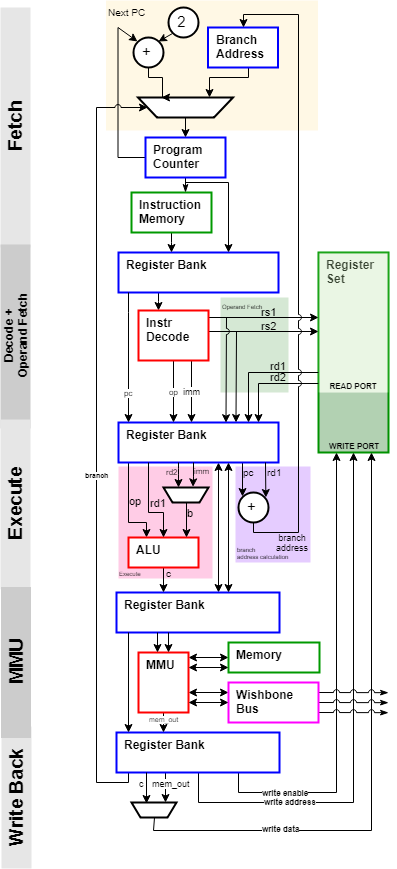
The draw.io diagram docs/img/risc.png in bendl/vmicro16, before a commit. Source tidied: cells renumbered, new cells last; positions are measured from the earlier drawing's top-left corner, leaving out a move shared by most shapes.
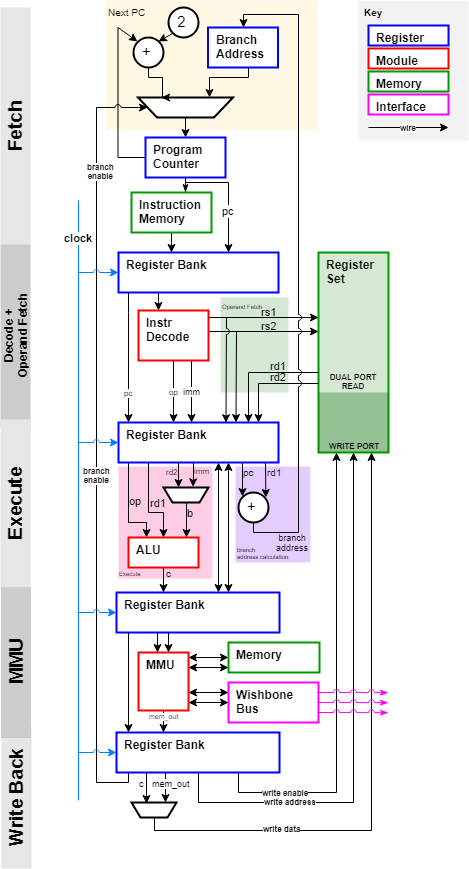
After the commit.

Commit message:
interim: stall detection schematic

Diff of the diagram source:
```diff
@@ -2,6 +2,9 @@
   <root>
     <mxCell id="0" />
     <mxCell id="1" parent="0" />
+    <mxCell id="80" value="&lt;span&gt;Key&lt;/span&gt;" style="rounded=0;whiteSpace=wrap;html=1;strokeColor=none;fillColor=#E6E6E6;fontSize=10;align=left;opacity=50;verticalAlign=top;fontStyle=1;spacing=6;spacingBottom=0;spacingTop=-4;" parent="1" vertex="1">
+      <mxGeometry x="463" width="110" height="140" as="geometry" />
+    </mxCell>
     <mxCell id="2" value="&lt;span style=&quot;font-size: 6px&quot;&gt;Execute&lt;/span&gt;&lt;br style=&quot;font-size: 6px&quot;&gt;" style="rounded=0;whiteSpace=wrap;html=1;fontSize=6;align=left;strokeColor=none;fillColor=#FFCCE6;verticalAlign=bottom;spacing=1;spacingBottom=0;spacingTop=-4;" parent="1" vertex="1">
       <mxGeometry x="223" y="466" width="94" height="112" as="geometry" />
     </mxCell>
@@ -64,7 +67,7 @@
     <mxCell id="17" value="Branch&lt;br&gt;Address&lt;br&gt;" style="rounded=0;whiteSpace=wrap;html=1;align=left;verticalAlign=top;horizontal=1;spacingLeft=0;spacing=7;spacingBottom=0;spacingTop=-7;fontStyle=1;labelBackgroundColor=none;strokeColor=#0000FF;strokeWidth=2;" parent="1" vertex="1">
       <mxGeometry x="312.5" y="27" width="70" height="40" as="geometry" />
     </mxCell>
-    <mxCell id="18" value="Register Set" style="rounded=0;whiteSpace=wrap;html=1;align=left;verticalAlign=top;horizontal=1;spacingLeft=0;spacing=7;spacingBottom=0;spacingTop=-7;fontStyle=1;labelBackgroundColor=none;strokeColor=#009900;strokeWidth=2;" parent="1" vertex="1">
+    <mxCell id="18" value="Register Set" style="rounded=0;whiteSpace=wrap;html=1;align=left;verticalAlign=top;horizontal=1;spacingLeft=0;spacing=7;spacingBottom=0;spacingTop=-7;fontStyle=1;labelBackgroundColor=none;strokeColor=#009900;strokeWidth=2;fillColor=#D5E8D4;" parent="1" vertex="1">
       <mxGeometry x="423" y="252" width="70" height="200" as="geometry" />
     </mxCell>
     <mxCell id="19" value="op" style="edgeStyle=orthogonalEdgeStyle;rounded=0;jettySize=auto;html=1;entryX=0.25;entryY=0;entryDx=0;entryDy=0;strokeWidth=1;labelBackgroundColor=none;spacingLeft=-6;" parent="1" edge="1" target="34">
@@ -188,7 +191,7 @@
     <mxCell id="42" style="edgeStyle=orthogonalEdgeStyle;rounded=0;jumpStyle=arc;jettySize=auto;html=1;entryX=0.75;entryY=1;entryDx=0;entryDy=0;startArrow=none;startFill=0;endArrow=classic;endFill=1;strokeWidth=1;fontSize=12;exitX=0.5;exitY=0;exitDx=0;exitDy=0;" parent="1" edge="1" source="77" target="18">
       <mxGeometry relative="1" as="geometry">
         <Array as="points">
-          <mxPoint x="258" y="830" />
+          <mxPoint x="259" y="830" />
           <mxPoint x="476" y="830" />
         </Array>
       </mxGeometry>
@@ -201,7 +204,7 @@
     <mxCell id="44" value="mem_out" style="rounded=0;jumpStyle=arc;jettySize=auto;html=1;labelBackgroundColor=#ffffff;startArrow=none;startFill=0;endArrow=classic;endFill=1;strokeColor=#000000;strokeWidth=1;fontSize=9;entryX=0.25;entryY=1;entryDx=0;entryDy=0;exitX=0.298;exitY=1.002;exitDx=0;exitDy=0;exitPerimeter=0;spacingBottom=8;spacingLeft=12;" parent="1" edge="1" source="46" target="77">
       <mxGeometry relative="1" as="geometry" />
     </mxCell>
-    <mxCell id="45" value="&lt;b&gt;branch&lt;/b&gt;" style="edgeStyle=orthogonalEdgeStyle;rounded=0;jumpStyle=arc;jettySize=auto;html=1;exitX=0.5;exitY=1;exitDx=0;exitDy=0;entryX=1;entryY=0.5;entryDx=0;entryDy=0;labelBackgroundColor=#ffffff;startArrow=none;startFill=0;endArrow=classic;endFill=1;strokeColor=#000000;strokeWidth=1;fontSize=7;" parent="1" edge="1" source="46" target="15">
+    <mxCell id="45" value="&lt;span style=&quot;font-size: 8px&quot;&gt;branch&lt;br&gt;enable&lt;br&gt;&lt;/span&gt;" style="edgeStyle=orthogonalEdgeStyle;rounded=0;jumpStyle=arc;jettySize=auto;html=1;exitX=0.5;exitY=1;exitDx=0;exitDy=0;entryX=1;entryY=0.5;entryDx=0;entryDy=0;labelBackgroundColor=#ffffff;startArrow=none;startFill=0;endArrow=classic;endFill=1;strokeColor=#000000;strokeWidth=1;fontSize=8;fontStyle=1;" parent="1" edge="1" source="46" target="15">
       <mxGeometry relative="1" as="geometry">
         <Array as="points">
           <mxPoint x="233" y="772" />
@@ -211,6 +214,11 @@
         </Array>
       </mxGeometry>
     </mxCell>
+    <mxCell id="81" value="branch&lt;br&gt;enable&lt;br&gt;" style="text;html=1;align=center;verticalAlign=middle;labelBackgroundColor=#ffffff;fontSize=8;fontStyle=1;" parent="45" vertex="1">
+      <mxGeometry x="0.88" y="-2" relative="1" as="geometry">
+        <mxPoint x="2" y="61" as="offset" />
+      </mxGeometry>
+    </mxCell>
     <mxCell id="46" value="Register Bank" style="rounded=0;whiteSpace=wrap;html=1;align=left;verticalAlign=top;horizontal=1;spacingLeft=0;spacing=7;spacingBottom=0;spacingTop=-7;fontStyle=1;labelBackgroundColor=none;strokeColor=#0000FF;strokeWidth=2;" parent="1" vertex="1">
       <mxGeometry x="221" y="732" width="163" height="40" as="geometry" />
     </mxCell>
@@ -296,14 +304,14 @@
         </Array>
       </mxGeometry>
     </mxCell>
-    <mxCell id="61" value="mem_out" style="edgeStyle=elbowEdgeStyle;rounded=0;jumpStyle=arc;jettySize=auto;html=1;exitX=0.5;exitY=1;exitDx=0;exitDy=0;startArrow=none;startFill=0;endArrow=classic;endFill=1;strokeColor=#000000;strokeWidth=1;fontSize=7;spacingBottom=6;" parent="1" edge="1" source="62" target="46">
+    <mxCell id="61" value="mem_out" style="edgeStyle=elbowEdgeStyle;rounded=0;jumpStyle=arc;jettySize=auto;html=1;exitX=0.5;exitY=1;exitDx=0;exitDy=0;startArrow=none;startFill=0;endArrow=classic;endFill=1;strokeColor=#000000;strokeWidth=1;fontSize=7;spacingBottom=10;" parent="1" edge="1" source="62" target="46">
       <mxGeometry relative="1" as="geometry" />
     </mxCell>
     <mxCell id="62" value="MMU" style="rounded=0;whiteSpace=wrap;html=1;align=left;verticalAlign=top;horizontal=1;spacingLeft=0;spacing=7;spacingBottom=0;spacingTop=-7;fontStyle=1;strokeWidth=2;strokeColor=#FF0000;" parent="1" vertex="1">
-      <mxGeometry x="243" y="652" width="50" height="60" as="geometry" />
+      <mxGeometry x="243" y="652" width="50" height="58" as="geometry" />
     </mxCell>
-    <mxCell id="63" value="READ PORT" style="rounded=0;whiteSpace=wrap;html=1;fillColor=#B9E0A5;fontSize=8;opacity=30;strokeColor=none;verticalAlign=bottom;align=center;fontStyle=1;" parent="1" vertex="1">
-      <mxGeometry x="423" y="252" width="70" height="140" as="geometry" />
+    <mxCell id="63" value="DUAL PORT READ" style="rounded=0;whiteSpace=wrap;html=1;fillColor=none;fontSize=8;opacity=30;strokeColor=none;verticalAlign=bottom;align=center;fontStyle=1;" parent="1" vertex="1">
+      <mxGeometry x="423" y="330" width="70" height="62" as="geometry" />
     </mxCell>
     <mxCell id="64" value="WRITE PORT" style="rounded=0;whiteSpace=wrap;html=1;fillColor=#006600;fontSize=8;opacity=30;strokeColor=none;verticalAlign=bottom;align=center;fontStyle=1;" parent="1" vertex="1">
       <mxGeometry x="423" y="392" width="70" height="60" as="geometry" />
@@ -311,17 +319,17 @@
     <mxCell id="65" value="Memory" style="rounded=0;whiteSpace=wrap;html=1;align=left;verticalAlign=top;horizontal=1;spacingLeft=0;spacing=7;spacingBottom=0;spacingTop=-7;fontStyle=1;labelBackgroundColor=none;strokeColor=#009900;strokeWidth=2;" parent="1" vertex="1">
       <mxGeometry x="333" y="642" width="91" height="30" as="geometry" />
     </mxCell>
-    <mxCell id="66" style="edgeStyle=orthogonalEdgeStyle;rounded=0;jumpStyle=arc;jettySize=auto;html=1;exitX=1;exitY=0.25;exitDx=0;exitDy=0;labelBackgroundColor=#ffffff;startArrow=none;startFill=0;endArrow=classicThin;endFill=1;strokeColor=#000000;strokeWidth=1;fontSize=7;" parent="1" edge="1" source="69">
+    <mxCell id="66" style="edgeStyle=orthogonalEdgeStyle;rounded=0;jumpStyle=arc;jettySize=auto;html=1;exitX=1;exitY=0.25;exitDx=0;exitDy=0;labelBackgroundColor=#ffffff;startArrow=none;startFill=0;endArrow=classicThin;endFill=1;strokeColor=#FF00FF;strokeWidth=1;fontSize=7;" parent="1" edge="1" source="69">
       <mxGeometry relative="1" as="geometry">
         <mxPoint x="493" y="692.2" as="targetPoint" />
       </mxGeometry>
     </mxCell>
-    <mxCell id="67" style="edgeStyle=orthogonalEdgeStyle;rounded=0;jumpStyle=arc;jettySize=auto;html=1;exitX=1;exitY=0.5;exitDx=0;exitDy=0;labelBackgroundColor=#ffffff;startArrow=none;startFill=0;endArrow=classicThin;endFill=1;strokeColor=#000000;strokeWidth=1;fontSize=7;" parent="1" edge="1" source="69">
+    <mxCell id="67" style="edgeStyle=orthogonalEdgeStyle;rounded=0;jumpStyle=arc;jettySize=auto;html=1;exitX=1;exitY=0.5;exitDx=0;exitDy=0;labelBackgroundColor=#ffffff;startArrow=none;startFill=0;endArrow=classicThin;endFill=1;strokeColor=#FF00FF;strokeWidth=1;fontSize=7;" parent="1" edge="1" source="69">
       <mxGeometry relative="1" as="geometry">
         <mxPoint x="493" y="702.2" as="targetPoint" />
       </mxGeometry>
     </mxCell>
-    <mxCell id="68" style="edgeStyle=orthogonalEdgeStyle;rounded=0;jumpStyle=arc;jettySize=auto;html=1;exitX=1;exitY=0.75;exitDx=0;exitDy=0;labelBackgroundColor=#ffffff;startArrow=none;startFill=0;endArrow=classicThin;endFill=1;strokeColor=#000000;strokeWidth=1;fontSize=7;" parent="1" edge="1" source="69">
+    <mxCell id="68" style="edgeStyle=orthogonalEdgeStyle;rounded=0;jumpStyle=arc;jettySize=auto;html=1;exitX=1;exitY=0.75;exitDx=0;exitDy=0;labelBackgroundColor=#ffffff;startArrow=none;startFill=0;endArrow=classicThin;endFill=1;strokeColor=#FF00FF;strokeWidth=1;fontSize=7;" parent="1" edge="1" source="69">
       <mxGeometry relative="1" as="geometry">
         <mxPoint x="493" y="712.2" as="targetPoint" />
       </mxGeometry>
@@ -385,8 +393,8 @@
     <mxCell id="78" value="c" style="rounded=0;jumpStyle=arc;jettySize=auto;html=1;labelBackgroundColor=#ffffff;startArrow=none;startFill=0;endArrow=classic;endFill=1;strokeColor=#000000;strokeWidth=1;fontSize=9;entryX=0.677;entryY=0.948;entryDx=0;entryDy=0;exitX=0.184;exitY=1.006;exitDx=0;exitDy=0;exitPerimeter=0;entryPerimeter=0;spacingBottom=9;spacingLeft=10;" parent="1" edge="1" source="46" target="77">
       <mxGeometry x="-0.03" y="-10" relative="1" as="geometry" />
     </mxCell>
-    <mxCell id="79" style="edgeStyle=elbowEdgeStyle;rounded=0;jettySize=auto;html=1;" parent="1" edge="1" target="8">
-      <mxGeometry relative="1" as="geometry">
+    <mxCell id="79" value="pc" style="edgeStyle=elbowEdgeStyle;rounded=0;jettySize=auto;html=1;" parent="1" edge="1" target="8">
+      <mxGeometry x="0.26" relative="1" as="geometry">
         <mxPoint x="290" y="182" as="sourcePoint" />
         <Array as="points">
           <mxPoint x="333" y="210" />
@@ -394,5 +402,49 @@
         </Array>
       </mxGeometry>
     </mxCell>
+    <mxCell id="82" value="clock" style="endArrow=none;html=1;strokeColor=#007FFF;spacingBottom=11;fontStyle=1;" parent="1" edge="1">
+      <mxGeometry x="0.86" relative="1" as="geometry">
+        <mxPoint x="183" y="800" as="sourcePoint" />
+        <mxPoint x="183" y="200" as="targetPoint" />
+      </mxGeometry>
+    </mxCell>
+    <mxCell id="83" style="endArrow=classic;html=1;strokeColor=#007FFF;entryX=0;entryY=0.5;entryDx=0;entryDy=0;jumpStyle=arc;" parent="1" edge="1" target="46">
+      <mxGeometry relative="1" as="geometry">
+        <mxPoint x="183" y="752" as="sourcePoint" />
+      </mxGeometry>
+    </mxCell>
+    <mxCell id="84" style="endArrow=classic;html=1;strokeColor=#007FFF;entryX=0;entryY=0.5;entryDx=0;entryDy=0;jumpStyle=arc;" parent="1" edge="1" target="32">
+      <mxGeometry relative="1" as="geometry">
+        <mxPoint x="183" y="612" as="sourcePoint" />
+      </mxGeometry>
+    </mxCell>
+    <mxCell id="85" style="endArrow=classic;html=1;strokeColor=#007FFF;entryX=0;entryY=0.5;entryDx=0;entryDy=0;jumpStyle=arc;" parent="1" edge="1" target="22">
+      <mxGeometry relative="1" as="geometry">
+        <mxPoint x="183" y="442" as="sourcePoint" />
+      </mxGeometry>
+    </mxCell>
+    <mxCell id="86" style="endArrow=classic;html=1;strokeColor=#007FFF;entryX=0;entryY=0.5;entryDx=0;entryDy=0;jumpStyle=arc;" parent="1" edge="1" target="8">
+      <mxGeometry relative="1" as="geometry">
+        <mxPoint x="183" y="272" as="sourcePoint" />
+      </mxGeometry>
+    </mxCell>
+    <mxCell id="87" value="Register&lt;br&gt;" style="rounded=0;whiteSpace=wrap;html=1;align=left;verticalAlign=top;horizontal=1;spacingLeft=0;spacing=7;spacingBottom=0;spacingTop=-7;fontStyle=1;labelBackgroundColor=none;strokeColor=#0000FF;strokeWidth=2;" parent="1" vertex="1">
+      <mxGeometry x="473" y="25" width="80" height="20" as="geometry" />
+    </mxCell>
+    <mxCell id="88" value="Module&lt;br&gt;" style="rounded=0;whiteSpace=wrap;html=1;align=left;verticalAlign=top;horizontal=1;spacingLeft=0;spacing=7;spacingBottom=0;spacingTop=-7;fontStyle=1;labelBackgroundColor=none;strokeColor=#FF0000;strokeWidth=2;" parent="1" vertex="1">
+      <mxGeometry x="473" y="48" width="80" height="20" as="geometry" />
+    </mxCell>
+    <mxCell id="89" value="Memory&lt;br&gt;" style="rounded=0;whiteSpace=wrap;html=1;align=left;verticalAlign=top;horizontal=1;spacingLeft=0;spacing=7;spacingBottom=0;spacingTop=-7;fontStyle=1;labelBackgroundColor=none;strokeColor=#009900;strokeWidth=2;" parent="1" vertex="1">
+      <mxGeometry x="473" y="71" width="80" height="20" as="geometry" />
+    </mxCell>
+    <mxCell id="90" value="Interface&lt;br&gt;" style="rounded=0;whiteSpace=wrap;html=1;align=left;verticalAlign=top;horizontal=1;spacingLeft=0;spacing=7;spacingBottom=0;spacingTop=-7;fontStyle=1;labelBackgroundColor=none;strokeColor=#FF00FF;strokeWidth=2;" parent="1" vertex="1">
+      <mxGeometry x="473" y="94" width="80" height="20" as="geometry" />
+    </mxCell>
+    <mxCell id="91" value="wire" style="endArrow=classic;html=1;strokeColor=#000000;strokeWidth=1;fontSize=8;fontStyle=1;" parent="1" edge="1">
+      <mxGeometry relative="1" as="geometry">
+        <mxPoint x="473" y="127" as="sourcePoint" />
+        <mxPoint x="553" y="127" as="targetPoint" />
+      </mxGeometry>
+    </mxCell>
   </root>
 </mxGraphModel>
```
